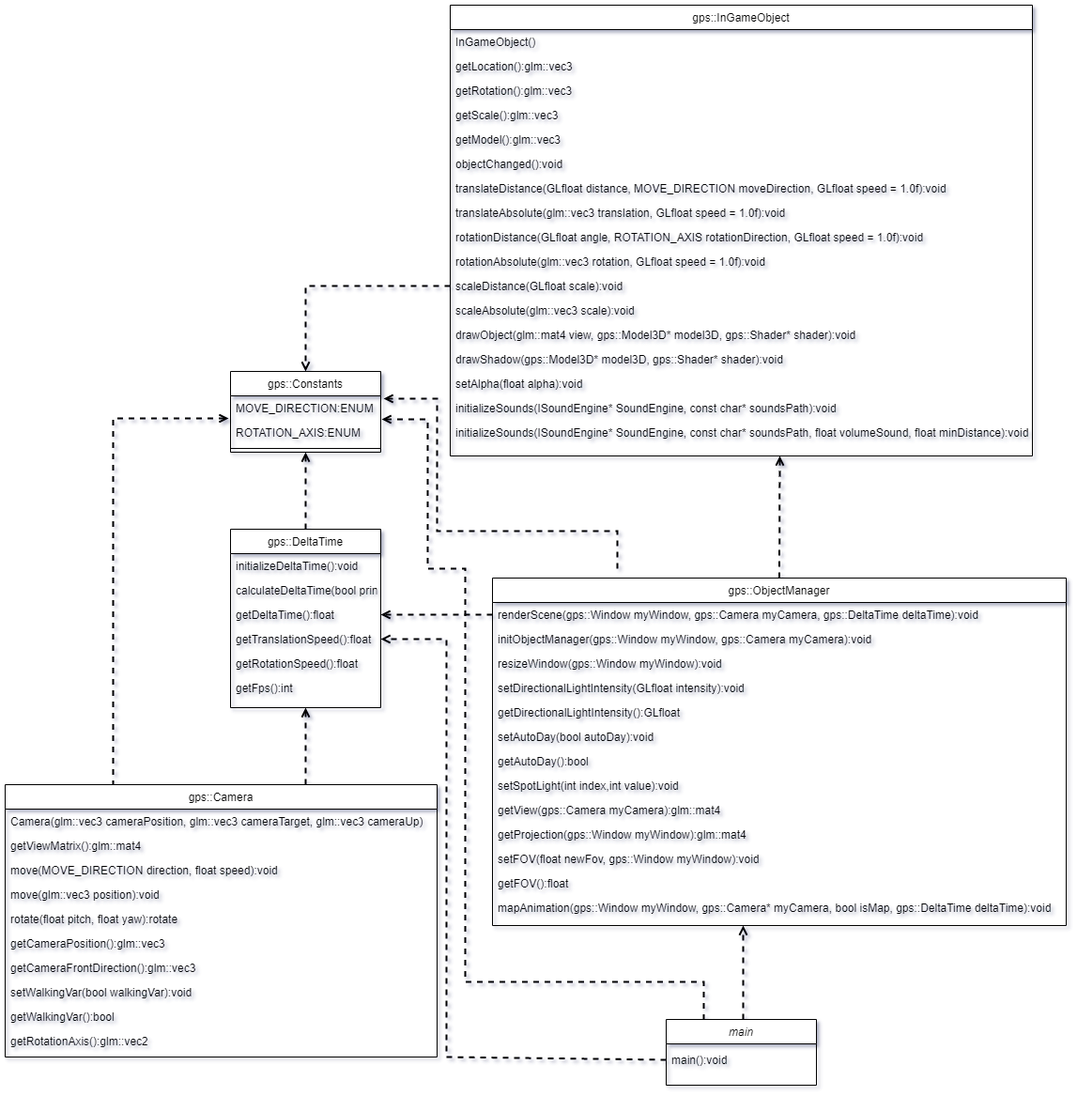
Earlier version of the draw.io export git_resources/uml.png (tavisit/OpenGL-Project). Source tidied: cells renumbered, new cells last; positions are measured from the earlier drawing's top-left corner, leaving out a move shared by most shapes.
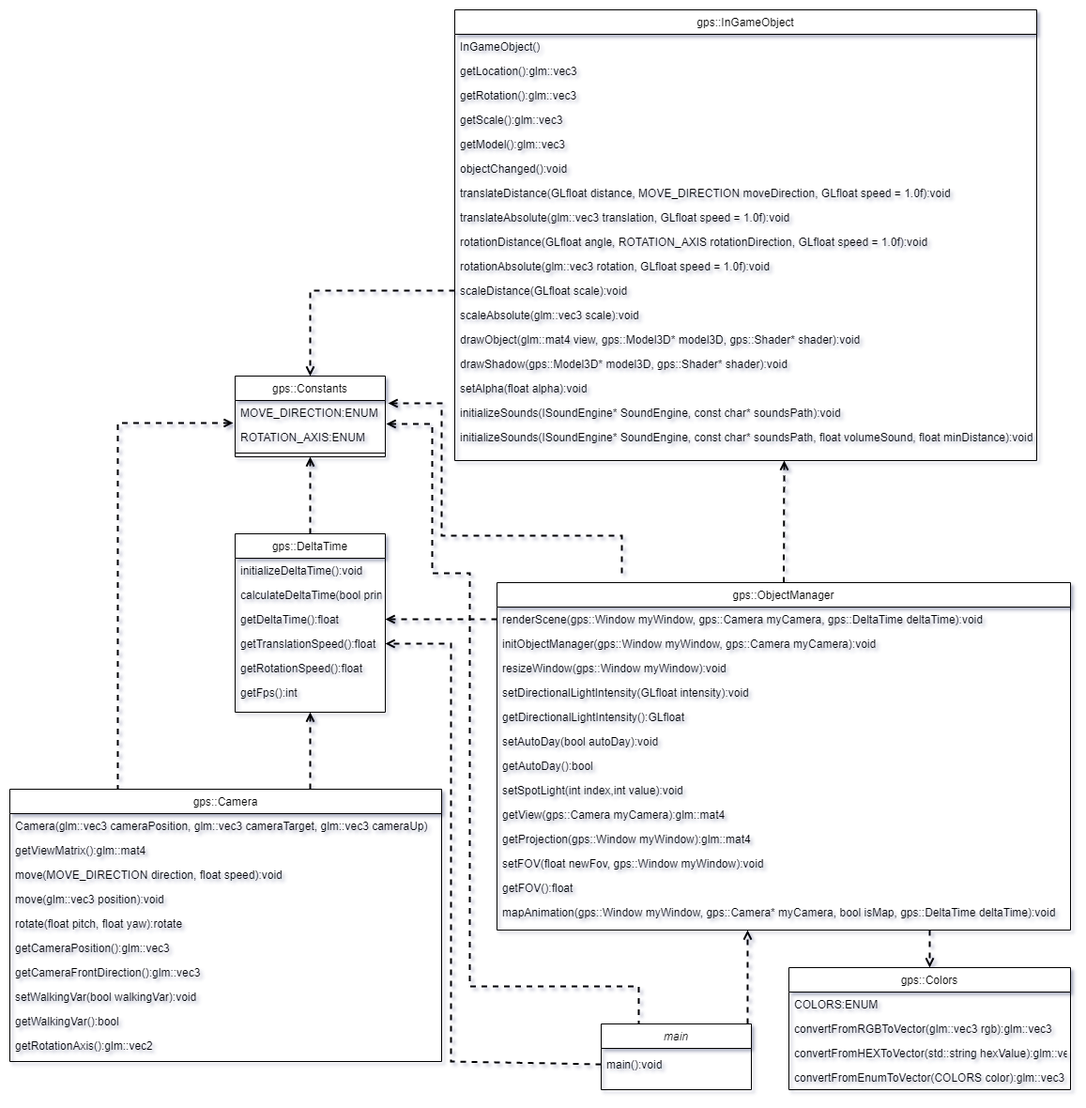
Later version of the same file.

Change to the diagram source:
```diff
@@ -111,7 +111,7 @@
       <mxGeometry y="338" width="611" height="26" as="geometry" />
     </mxCell>
     <mxCell id="38" style="group;" parent="1" vertex="1">
-      <mxGeometry x="704" y="1080" width="160" height="70" as="geometry" />
+      <mxGeometry x="630" y="1080" width="160" height="70" as="geometry" />
     </mxCell>
     <mxCell id="39" value="main" style="swimlane;fontStyle=2;align=center;verticalAlign=top;horizontal=1;startSize=26;rounded=0;shadow=0;strokeWidth=1;" parent="38" vertex="1">
       <mxGeometry width="160" height="70" as="geometry" />
@@ -180,7 +180,7 @@
           <mxPoint x="450" y="600" />
           <mxPoint x="490" y="600" />
           <mxPoint x="490" y="1040" />
-          <mxPoint x="744" y="1040" />
+          <mxPoint x="670" y="1040" />
         </Array>
       </mxGeometry>
     </mxCell>
@@ -239,5 +239,25 @@
         </Array>
       </mxGeometry>
     </mxCell>
+    <mxCell id="69" value="gps::Colors" style="swimlane;fontStyle=0;align=center;verticalAlign=top;horizontal=1;startSize=26;rounded=0;shadow=0;strokeWidth=1;" parent="1" vertex="1">
+      <mxGeometry x="830" y="1020" width="300" height="130" as="geometry" />
+    </mxCell>
+    <mxCell id="70" value="COLORS:ENUM" style="text;align=left;verticalAlign=top;spacingLeft=4;spacingRight=4;overflow=hidden;" parent="69" vertex="1">
+      <mxGeometry y="26" width="300" height="26" as="geometry" />
+    </mxCell>
+    <mxCell id="71" value="convertFromRGBToVector(glm::vec3 rgb):glm::vec3" style="text;align=left;verticalAlign=top;spacingLeft=4;spacingRight=4;overflow=hidden;rounded=0;shadow=0;html=0;" parent="69" vertex="1">
+      <mxGeometry y="52" width="300" height="26" as="geometry" />
+    </mxCell>
+    <mxCell id="72" value="convertFromHEXToVector(std::string hexValue):glm::vec3" style="text;align=left;verticalAlign=top;spacingLeft=4;spacingRight=4;overflow=hidden;rounded=0;shadow=0;html=0;" parent="69" vertex="1">
+      <mxGeometry y="78" width="300" height="26" as="geometry" />
+    </mxCell>
+    <mxCell id="73" value="convertFromEnumToVector(COLORS color):glm::vec3" style="text;align=left;verticalAlign=top;spacingLeft=4;spacingRight=4;overflow=hidden;rounded=0;shadow=0;html=0;" parent="69" vertex="1">
+      <mxGeometry y="104" width="300" height="26" as="geometry" />
+    </mxCell>
+    <mxCell id="74" style="endArrow=open;dashed=1;html=1;rounded=0;startArrow=none;startFill=0;endFill=0;strokeWidth=2;entryX=0.5;entryY=0;entryDx=0;entryDy=0;" parent="1" edge="1" target="69">
+      <mxGeometry relative="1" as="geometry">
+        <mxPoint x="980" y="980" as="sourcePoint" />
+      </mxGeometry>
+    </mxCell>
   </root>
 </mxGraphModel>
```
